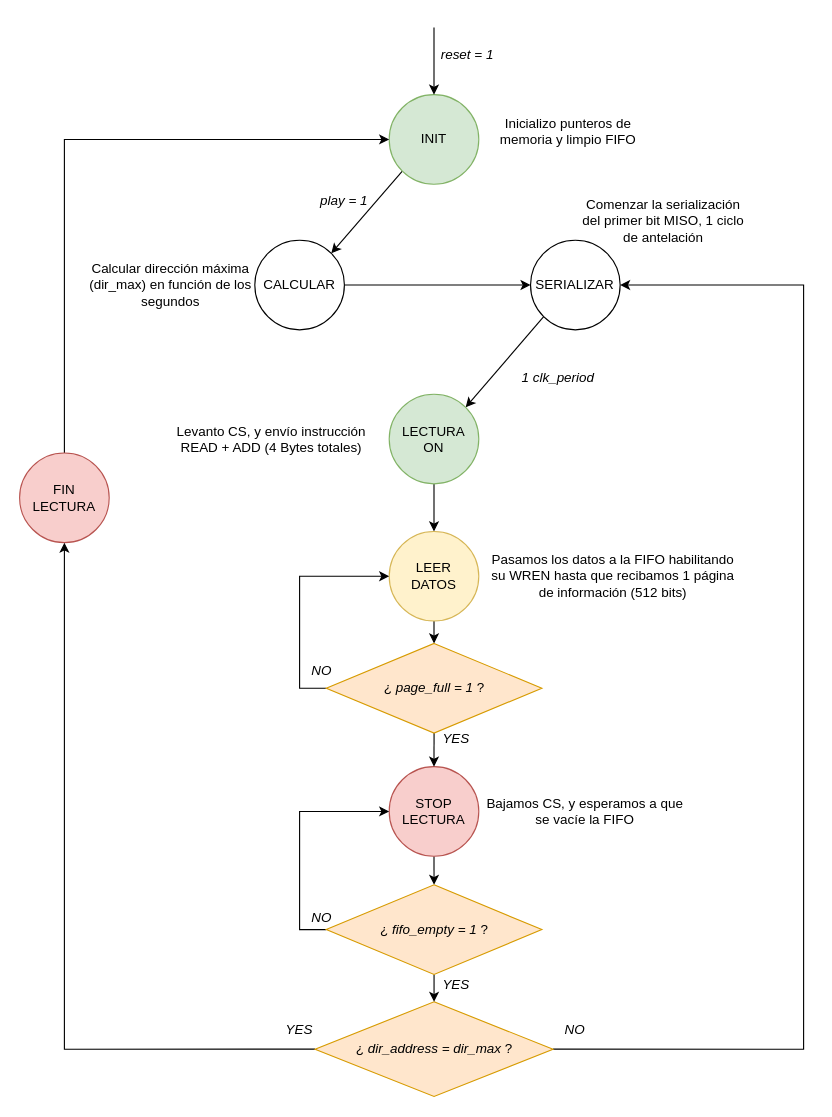
Above: SEDA_lectura_fsm.drawio in javijnb/LPRO_diagrams (draw.io), before the change. Source tidied: cells renumbered, new cells numbered last; positions are measured from the earlier drawing's top-left corner, leaving out a move shared by most shapes. Both pictures are drawn from the tidied source at 112%, with x=0, y=0 at pixel (19, 27).
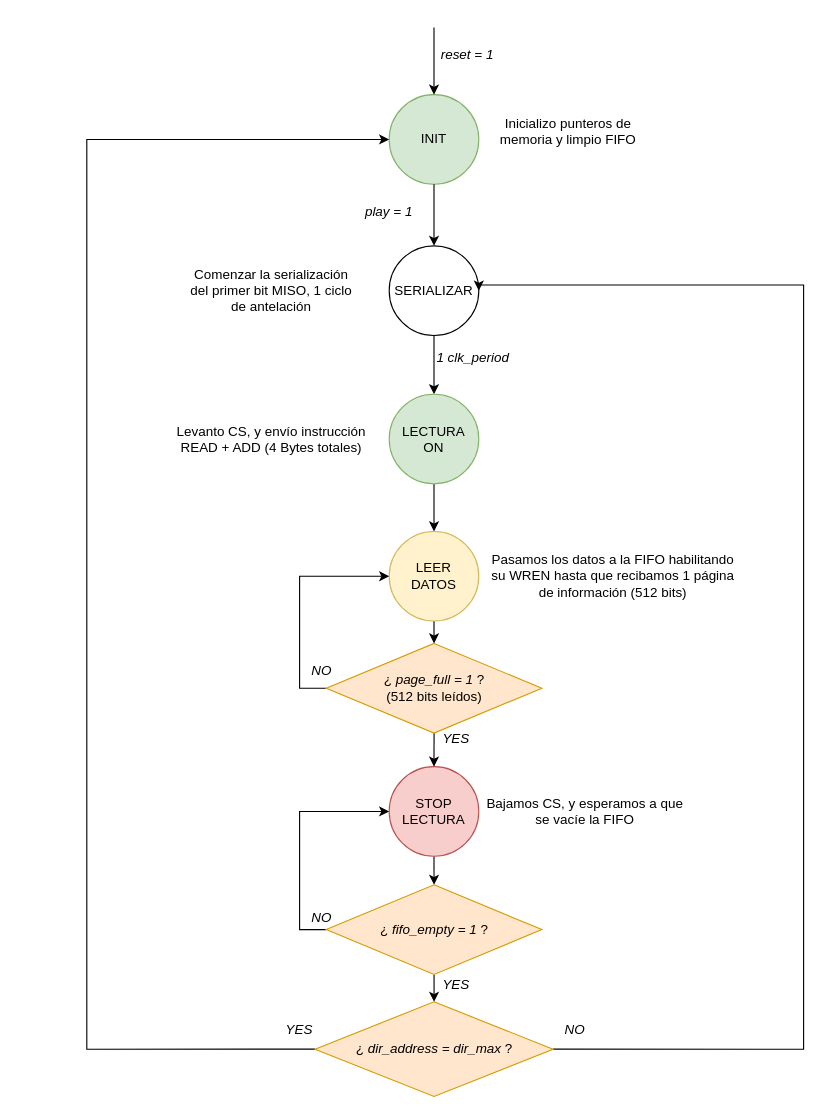
Above is the later version.

The change refers to these unchanged cells:
```xml
<mxCell id="5" value="INIT" style="ellipse;whiteSpace=wrap;html=1;fillColor=#d5e8d4;strokeColor=#82b366;" parent="1" vertex="1">
  <mxGeometry x="330" y="60" width="80" height="80" as="geometry" />
</mxCell>
<mxCell id="7" value="LECTURA &lt;br&gt;ON" style="ellipse;whiteSpace=wrap;html=1;fillColor=#d5e8d4;strokeColor=#82b366;" parent="1" vertex="1">
  <mxGeometry x="330" y="327.5" width="80" height="80" as="geometry" />
</mxCell>
<mxCell id="24" value="¿&amp;nbsp;&lt;i style=&quot;border-color: var(--border-color);&quot;&gt;dir_address = dir_max&amp;nbsp;&lt;/i&gt;?" style="rhombus;whiteSpace=wrap;html=1;fillColor=#ffe6cc;strokeColor=#d79b00;" parent="1" vertex="1">
  <mxGeometry x="263.8" y="870" width="212.5" height="84.5" as="geometry" />
</mxCell>
```

The edit, as a diff of the source:
```diff
@@
-    <mxCell id="2" style="rounded=0;jettySize=auto;html=1;exitX=0;exitY=1;exitDx=0;exitDy=0;entryX=1;entryY=0;entryDx=0;entryDy=0;" parent="1" edge="1" source="3" target="7">
+    <mxCell id="2" style="rounded=0;jettySize=auto;html=1;exitX=0.5;exitY=1;exitDx=0;exitDy=0;entryX=0.5;entryY=0;entryDx=0;entryDy=0;" parent="1" edge="1" source="3" target="7">
       <mxGeometry relative="1" as="geometry" />
     </mxCell>
     <mxCell id="3" value="SERIALIZAR" style="ellipse;whiteSpace=wrap;html=1;" parent="1" vertex="1">
-      <mxGeometry x="456.2" y="190" width="80" height="80" as="geometry" />
+      <mxGeometry x="330" y="195" width="80" height="80" as="geometry" />
     </mxCell>
-    <mxCell id="4" style="rounded=0;jettySize=auto;html=1;exitX=0;exitY=1;exitDx=0;exitDy=0;entryX=1;entryY=0;entryDx=0;entryDy=0;" parent="1" edge="1" source="5" target="39">
-      <mxGeometry relative="1" as="geometry" />
-    </mxCell>
@@
-    <mxCell id="12" style="edgeStyle=orthogonalEdgeStyle;rounded=0;jettySize=auto;html=1;exitX=0.5;exitY=0;exitDx=0;exitDy=0;entryX=0;entryY=0.5;entryDx=0;entryDy=0;" parent="1" edge="1" source="13" target="5">
-      <mxGeometry relative="1" as="geometry" />
-    </mxCell>
-    <mxCell id="13" value="FIN LECTURA" style="ellipse;whiteSpace=wrap;html=1;fillColor=#f8cecc;strokeColor=#b85450;" parent="1" vertex="1">
-      <mxGeometry y="380" width="80" height="80" as="geometry" />
-    </mxCell>
     <mxCell id="14" value="&lt;i&gt;play = 1&lt;/i&gt;" style="text;html=1;strokeColor=none;fillColor=none;align=center;verticalAlign=middle;whiteSpace=wrap;rounded=0;" parent="1" vertex="1">
-      <mxGeometry x="260" y="140" width="60" height="30" as="geometry" />
+      <mxGeometry x="300" y="150" width="60" height="30" as="geometry" />
     </mxCell>
@@
-    <mxCell id="17" value="Calcular dirección máxima (dir_max) en función de los segundos" style="text;html=1;strokeColor=none;fillColor=none;align=center;verticalAlign=middle;whiteSpace=wrap;rounded=0;" parent="1" vertex="1">
-      <mxGeometry x="60" y="207.5" width="150" height="45" as="geometry" />
-    </mxCell>
@@
-    <mxCell id="22" style="edgeStyle=orthogonalEdgeStyle;rounded=0;jettySize=auto;html=1;exitX=0;exitY=0.5;exitDx=0;exitDy=0;entryX=0.5;entryY=1;entryDx=0;entryDy=0;" parent="1" edge="1" source="24" target="13">
-      <mxGeometry relative="1" as="geometry" />
+    <mxCell id="22" style="edgeStyle=orthogonalEdgeStyle;rounded=0;jettySize=auto;html=1;exitX=0;exitY=0.5;exitDx=0;exitDy=0;entryX=0;entryY=0.5;entryDx=0;entryDy=0;" parent="1" edge="1" source="24" target="5">
+      <mxGeometry relative="1" as="geometry">
+        <Array as="points">
+          <mxPoint x="60" y="912" />
+          <mxPoint x="60" y="100" />
+        </Array>
+      </mxGeometry>
     </mxCell>
@@
-    <mxCell id="30" value="¿&amp;nbsp;&lt;i style=&quot;border-color: var(--border-color);&quot;&gt;page_full = 1&amp;nbsp;&lt;/i&gt;?" style="rhombus;whiteSpace=wrap;html=1;fillColor=#ffe6cc;strokeColor=#d79b00;" parent="1" vertex="1">
+    <mxCell id="30" value="¿&amp;nbsp;&lt;i style=&quot;border-color: var(--border-color);&quot;&gt;page_full = 1&amp;nbsp;&lt;/i&gt;?&lt;br&gt;(512 bits leídos)" style="rhombus;whiteSpace=wrap;html=1;fillColor=#ffe6cc;strokeColor=#d79b00;" parent="1" vertex="1">
       <mxGeometry x="273.8" y="550" width="192.5" height="80" as="geometry" />
     </mxCell>
@@
     <mxCell id="37" value="&lt;i&gt;1 clk_period&lt;/i&gt;" style="text;html=1;strokeColor=none;fillColor=none;align=center;verticalAlign=middle;whiteSpace=wrap;rounded=0;" parent="1" vertex="1">
-      <mxGeometry x="436.2" y="297.5" width="90" height="30" as="geometry" />
+      <mxGeometry x="360" y="280" width="90" height="30" as="geometry" />
     </mxCell>
-    <mxCell id="38" style="edgeStyle=orthogonalEdgeStyle;rounded=0;jettySize=auto;html=1;exitX=1;exitY=0.5;exitDx=0;exitDy=0;entryX=0;entryY=0.5;entryDx=0;entryDy=0;" parent="1" edge="1" source="39" target="3">
+    <mxCell id="38" style="edgeStyle=orthogonalEdgeStyle;rounded=0;jettySize=auto;html=1;exitX=0.5;exitY=1;exitDx=0;exitDy=0;entryX=0.5;entryY=0;entryDx=0;entryDy=0;" parent="1" edge="1" source="5" target="3">
       <mxGeometry relative="1" as="geometry" />
     </mxCell>
-    <mxCell id="39" value="CALCULAR" style="ellipse;whiteSpace=wrap;html=1;" parent="1" vertex="1">
-      <mxGeometry x="210" y="190" width="80" height="80" as="geometry" />
-    </mxCell>
     <mxCell id="40" value="Comenzar la serialización del primer bit MISO, 1 ciclo de antelación" style="text;html=1;strokeColor=none;fillColor=none;align=center;verticalAlign=middle;whiteSpace=wrap;rounded=0;" parent="1" vertex="1">
-      <mxGeometry x="500" y="150" width="150" height="45" as="geometry" />
+      <mxGeometry x="150" y="212.5" width="150" height="45" as="geometry" />
     </mxCell>
```
